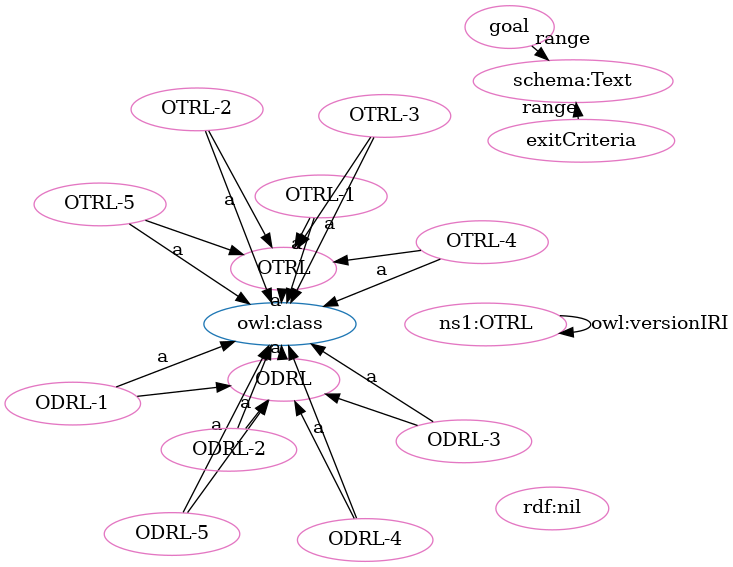
This is OTRL-clean.png from OPEN-NEXT/OKH-LOSH, a Graphviz export, as it was before one commit. Its source is kept beside it as OTRL-clean.dot.
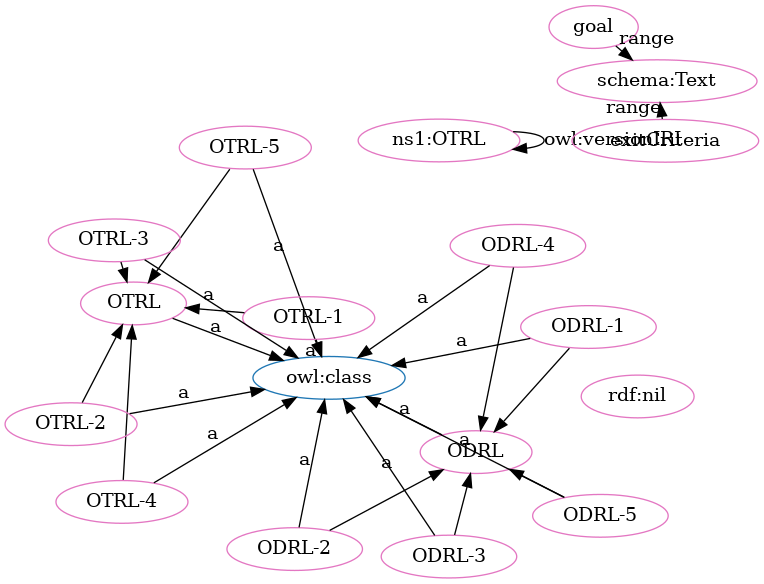
After the commit.

Diff of the diagram source:
```diff
@@ -2,48 +2,48 @@
   rankdir=BT
   node[height=.3]
 "http://purl.org/oseg/ontologies/OTRL#OTRL" [fillcolor="#1f77b4" color="#1f77b4" label="OTRL"]
+"http://www.w3.org/2002/07/owl#class" [fillcolor="#1f77b4" color="#1f77b4" label="owl:class"]
 "http://purl.org/oseg/ontologies/OTRL#ODRL" [fillcolor="#1f77b4" color="#1f77b4" label="ODRL"]
-"http://www.w3.org/2002/07/owl#class" [fillcolor="#1f77b4" color="#1f77b4" label="owl:class"]
+"http://purl.org/oseg/ontologies/OTRL#ODRL" [fillcolor="#e377c2" color="#e377c2" label="ODRL"]
+"http://purl.org/oseg/ontologies/OTRL#ODRL-4" [fillcolor="#e377c2" color="#e377c2" label="ODRL-4"]
+"http://purl.org/oseg/ontologies/OTRL#OTRL-5" [fillcolor="#e377c2" color="#e377c2" label="OTRL-5"]
+"http://purl.org/oseg/ontologies/OTRL" [fillcolor="#e377c2" color="#e377c2" label="ns1:OTRL"]
+"http://purl.org/oseg/ontologies/OTRL#OTRL-1" [fillcolor="#e377c2" color="#e377c2" label="OTRL-1"]
+"http://purl.org/oseg/ontologies/OTRL#goal" [fillcolor="#e377c2" color="#e377c2" label="goal"]
 "http://purl.org/oseg/ontologies/OTRL#OTRL" [fillcolor="#e377c2" color="#e377c2" label="OTRL"]
-"http://purl.org/oseg/ontologies/OTRL#OTRL-5" [fillcolor="#e377c2" color="#e377c2" label="OTRL-5"]
-"http://purl.org/oseg/ontologies/OTRL#goal" [fillcolor="#e377c2" color="#e377c2" label="goal"]
-"http://purl.org/oseg/ontologies/OTRL#ODRL" [fillcolor="#e377c2" color="#e377c2" label="ODRL"]
-"http://www.w3.org/1999/02/22-rdf-syntax-ns#nil" [fillcolor="#e377c2" color="#e377c2" label="rdf:nil"]
-"http://purl.org/oseg/ontologies/OTRL#OTRL-1" [fillcolor="#e377c2" color="#e377c2" label="OTRL-1"]
-"http://purl.org/oseg/ontologies/OTRL#OTRL-2" [fillcolor="#e377c2" color="#e377c2" label="OTRL-2"]
-"http://purl.org/oseg/ontologies/OTRL#ODRL-5" [fillcolor="#e377c2" color="#e377c2" label="ODRL-5"]
 "http://schema.org/Text" [fillcolor="#e377c2" color="#e377c2" label="schema:Text"]
 "http://purl.org/oseg/ontologies/OTRL#OTRL-4" [fillcolor="#e377c2" color="#e377c2" label="OTRL-4"]
+"http://purl.org/oseg/ontologies/OTRL#ODRL-5" [fillcolor="#e377c2" color="#e377c2" label="ODRL-5"]
+"http://purl.org/oseg/ontologies/OTRL#ODRL-2" [fillcolor="#e377c2" color="#e377c2" label="ODRL-2"]
 "http://purl.org/oseg/ontologies/OTRL#ODRL-3" [fillcolor="#e377c2" color="#e377c2" label="ODRL-3"]
-"http://purl.org/oseg/ontologies/OTRL#ODRL-4" [fillcolor="#e377c2" color="#e377c2" label="ODRL-4"]
-"http://purl.org/oseg/ontologies/OTRL" [fillcolor="#e377c2" color="#e377c2" label="ns1:OTRL"]
-"http://purl.org/oseg/ontologies/OTRL#ODRL-2" [fillcolor="#e377c2" color="#e377c2" label="ODRL-2"]
+"http://www.w3.org/1999/02/22-rdf-syntax-ns#nil" [fillcolor="#e377c2" color="#e377c2" label="rdf:nil"]
+"http://purl.org/oseg/ontologies/OTRL#OTRL-2" [fillcolor="#e377c2" color="#e377c2" label="OTRL-2"]
+"http://purl.org/oseg/ontologies/OTRL#OTRL-3" [fillcolor="#e377c2" color="#e377c2" label="OTRL-3"]
+"http://purl.org/oseg/ontologies/OTRL#exitCriteria" [fillcolor="#e377c2" color="#e377c2" label="exitCriteria"]
 "http://purl.org/oseg/ontologies/OTRL#ODRL-1" [fillcolor="#e377c2" color="#e377c2" label="ODRL-1"]
-"http://purl.org/oseg/ontologies/OTRL#exitCriteria" [fillcolor="#e377c2" color="#e377c2" label="exitCriteria"]
-"http://purl.org/oseg/ontologies/OTRL#OTRL-3" [fillcolor="#e377c2" color="#e377c2" label="OTRL-3"]
-  "http://purl.org/oseg/ontologies/OTRL#OTRL-5" -> "http://www.w3.org/2002/07/owl#class" [label="a"]
-  "http://purl.org/oseg/ontologies/OTRL#OTRL-3" -> "http://purl.org/oseg/ontologies/OTRL#OTRL" [label=""]
-  "http://purl.org/oseg/ontologies/OTRL#OTRL-1" -> "http://www.w3.org/2002/07/owl#class" [label="a"]
+  "http://purl.org/oseg/ontologies/OTRL#ODRL-4" -> "http://www.w3.org/2002/07/owl#class" [label="a"]
+  "http://purl.org/oseg/ontologies/OTRL#OTRL-1" -> "http://purl.org/oseg/ontologies/OTRL#OTRL" [label=""]
+  "http://purl.org/oseg/ontologies/OTRL#OTRL-4" -> "http://www.w3.org/2002/07/owl#class" [label="a"]
+  "http://purl.org/oseg/ontologies/OTRL#ODRL-5" -> "http://www.w3.org/2002/07/owl#class" [label="a"]
+  "http://purl.org/oseg/ontologies/OTRL#ODRL-2" -> "http://www.w3.org/2002/07/owl#class" [label="a"]
+  "http://purl.org/oseg/ontologies/OTRL#OTRL" -> "http://www.w3.org/2002/07/owl#class" [label="a"]
   "http://purl.org/oseg/ontologies/OTRL#OTRL-2" -> "http://www.w3.org/2002/07/owl#class" [label="a"]
   "http://purl.org/oseg/ontologies/OTRL#goal" -> "http://schema.org/Text" [label="range"]
+  "http://purl.org/oseg/ontologies/OTRL#OTRL-5" -> "http://purl.org/oseg/ontologies/OTRL#OTRL" [label=""]
+  "http://purl.org/oseg/ontologies/OTRL#ODRL-3" -> "http://purl.org/oseg/ontologies/OTRL#ODRL" [label=""]
+  "http://purl.org/oseg/ontologies/OTRL#ODRL-1" -> "http://purl.org/oseg/ontologies/OTRL#ODRL" [label=""]
+  "http://purl.org/oseg/ontologies/OTRL#OTRL-5" -> "http://www.w3.org/2002/07/owl#class" [label="a"]
+  "http://purl.org/oseg/ontologies/OTRL#OTRL-1" -> "http://www.w3.org/2002/07/owl#class" [label="a"]
   "http://purl.org/oseg/ontologies/OTRL#exitCriteria" -> "http://schema.org/Text" [label="range"]
-  "http://purl.org/oseg/ontologies/OTRL#ODRL-2" -> "http://www.w3.org/2002/07/owl#class" [label="a"]
-  "http://purl.org/oseg/ontologies/OTRL#ODRL-1" -> "http://www.w3.org/2002/07/owl#class" [label="a"]
-  "http://purl.org/oseg/ontologies/OTRL#ODRL-2" -> "http://purl.org/oseg/ontologies/OTRL#ODRL" [label=""]
-  "http://purl.org/oseg/ontologies/OTRL#OTRL-1" -> "http://purl.org/oseg/ontologies/OTRL#OTRL" [label=""]
+  "http://purl.org/oseg/ontologies/OTRL#OTRL-4" -> "http://purl.org/oseg/ontologies/OTRL#OTRL" [label=""]
+  "http://purl.org/oseg/ontologies/OTRL#ODRL-3" -> "http://www.w3.org/2002/07/owl#class" [label="a"]
   "http://purl.org/oseg/ontologies/OTRL#ODRL" -> "http://www.w3.org/2002/07/owl#class" [label="a"]
-  "http://purl.org/oseg/ontologies/OTRL#ODRL-3" -> "http://purl.org/oseg/ontologies/OTRL#ODRL" [label=""]
-  "http://purl.org/oseg/ontologies/OTRL#OTRL-4" -> "http://purl.org/oseg/ontologies/OTRL#OTRL" [label=""]
-  "http://purl.org/oseg/ontologies/OTRL#OTRL" -> "http://www.w3.org/2002/07/owl#class" [label="a"]
-  "http://purl.org/oseg/ontologies/OTRL#ODRL-1" -> "http://purl.org/oseg/ontologies/OTRL#ODRL" [label=""]
-  "http://purl.org/oseg/ontologies/OTRL#ODRL-5" -> "http://www.w3.org/2002/07/owl#class" [label="a"]
+  "http://purl.org/oseg/ontologies/OTRL#ODRL-4" -> "http://purl.org/oseg/ontologies/OTRL#ODRL" [label=""]
+  "http://purl.org/oseg/ontologies/OTRL#OTRL-3" -> "http://www.w3.org/2002/07/owl#class" [label="a"]
   "http://purl.org/oseg/ontologies/OTRL#OTRL-2" -> "http://purl.org/oseg/ontologies/OTRL#OTRL" [label=""]
   "http://purl.org/oseg/ontologies/OTRL#ODRL-5" -> "http://purl.org/oseg/ontologies/OTRL#ODRL" [label=""]
-  "http://purl.org/oseg/ontologies/OTRL#OTRL-5" -> "http://purl.org/oseg/ontologies/OTRL#OTRL" [label=""]
-  "http://purl.org/oseg/ontologies/OTRL#OTRL-4" -> "http://www.w3.org/2002/07/owl#class" [label="a"]
-  "http://purl.org/oseg/ontologies/OTRL#ODRL-3" -> "http://www.w3.org/2002/07/owl#class" [label="a"]
-  "http://purl.org/oseg/ontologies/OTRL#ODRL-4" -> "http://www.w3.org/2002/07/owl#class" [label="a"]
-  "http://purl.org/oseg/ontologies/OTRL#ODRL-4" -> "http://purl.org/oseg/ontologies/OTRL#ODRL" [label=""]
+  "http://purl.org/oseg/ontologies/OTRL#OTRL-3" -> "http://purl.org/oseg/ontologies/OTRL#OTRL" [label=""]
   "http://purl.org/oseg/ontologies/OTRL" -> "http://purl.org/oseg/ontologies/OTRL" [label="owl:versionIRI"]
-  "http://purl.org/oseg/ontologies/OTRL#OTRL-3" -> "http://www.w3.org/2002/07/owl#class" [label="a"]
+  "http://purl.org/oseg/ontologies/OTRL#ODRL-2" -> "http://purl.org/oseg/ontologies/OTRL#ODRL" [label=""]
+  "http://purl.org/oseg/ontologies/OTRL#ODRL-1" -> "http://www.w3.org/2002/07/owl#class" [label="a"]
 }
```
